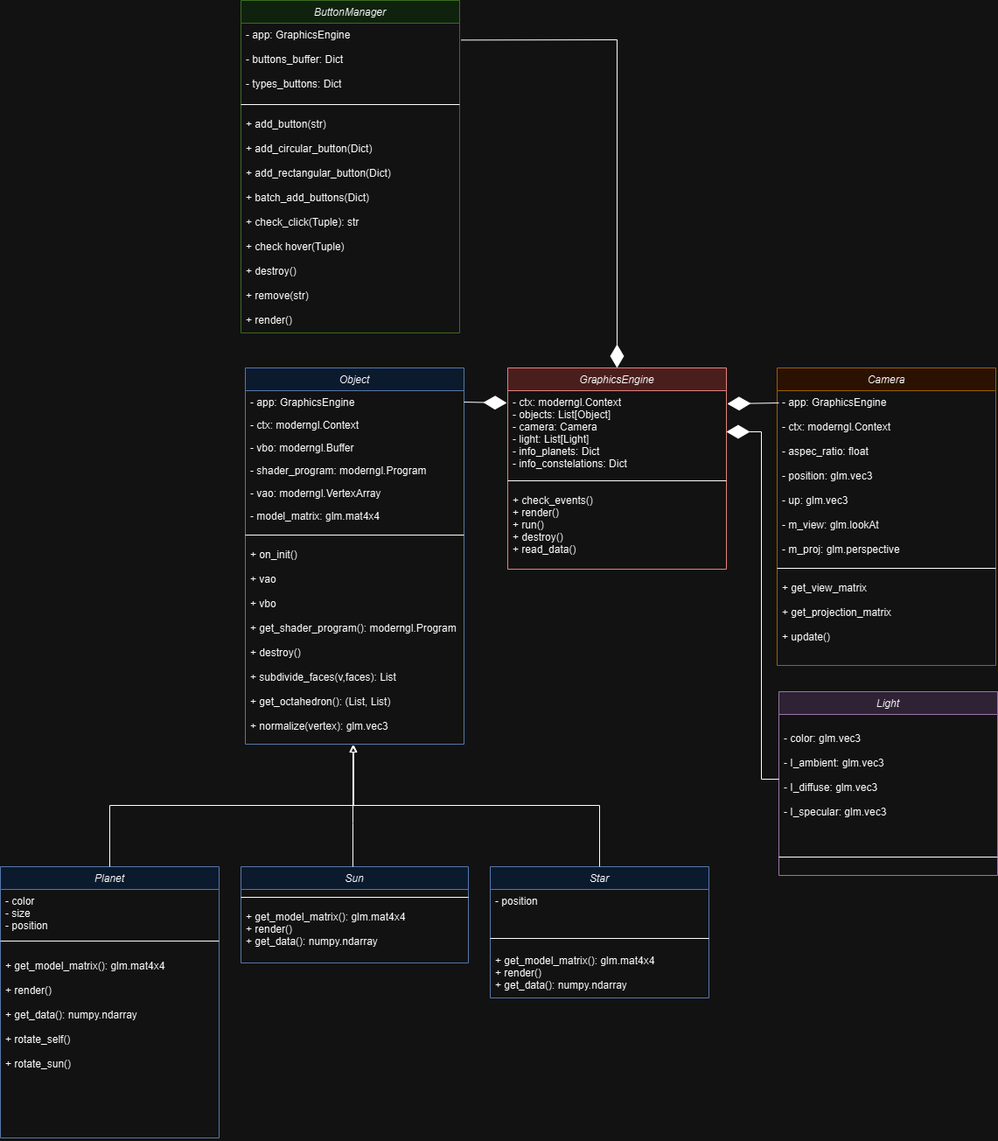
Before: disseny/Diagrama de classes.png, a diagram exported from draw.io (guillemgarcia2183/Sistema-Solar). Source tidied: cells renumbered, new cells last; positions are measured from the earlier drawing's top-left corner, leaving out a move shared by most shapes.
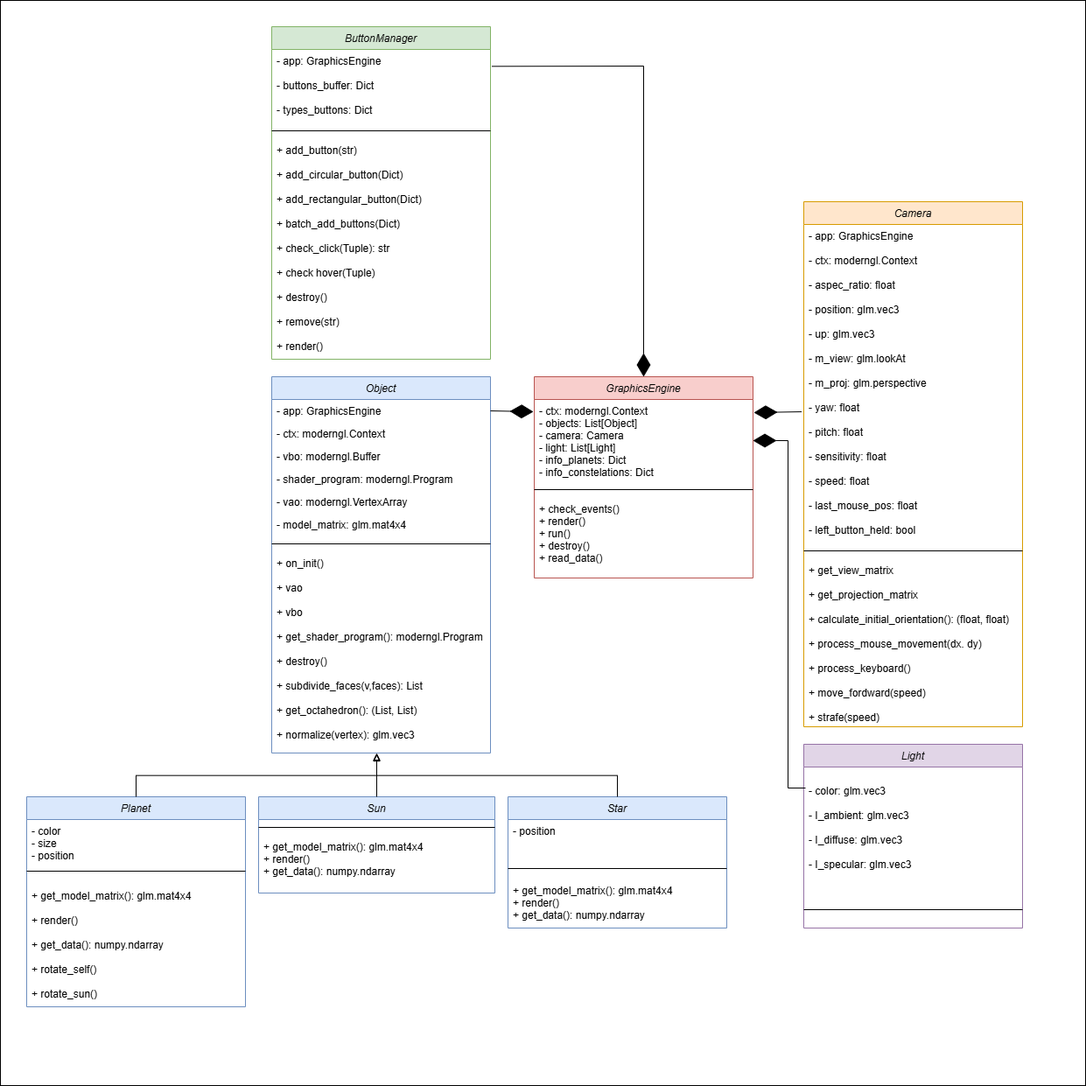
Above is the later version.

Commit message:
actualització diagrama de classes

The edit, as a diff of the source:
```diff
@@ -2,8 +2,11 @@
   <root>
     <mxCell id="0" />
     <mxCell id="1" parent="0" />
+    <mxCell id="44" style="whiteSpace=wrap;html=1;fillColor=#FFFFFF;" parent="1" vertex="1">
+      <mxGeometry x="110" y="360" width="1240" height="1240" as="geometry" />
+    </mxCell>
     <mxCell id="2" value="Object" style="swimlane;fontStyle=2;align=center;verticalAlign=top;horizontal=1;startSize=26;rounded=0;shadow=0;strokeWidth=1;fillColor=#dae8fc;strokeColor=#6c8ebf;" parent="1" vertex="1">
-      <mxGeometry x="280" y="420" width="250" height="430" as="geometry" />
+      <mxGeometry x="420" y="790" width="250" height="430" as="geometry" />
     </mxCell>
     <mxCell id="3" value="- app: GraphicsEngine" style="text;align=left;verticalAlign=top;spacingLeft=4;spacingRight=4;overflow=hidden;points=[[0,0.5],[1,0.5]];portConstraint=eastwest;" parent="2" vertex="1">
       <mxGeometry y="26" width="250" height="26" as="geometry" />
@@ -30,19 +33,19 @@
       <mxGeometry y="200" width="250" height="230" as="geometry" />
     </mxCell>
     <mxCell id="11" value="Camera" style="swimlane;fontStyle=2;align=center;verticalAlign=top;horizontal=1;startSize=26;rounded=0;shadow=0;strokeWidth=1;fillColor=#ffe6cc;strokeColor=#d79b00;" parent="1" vertex="1">
-      <mxGeometry x="888" y="420" width="250" height="340" as="geometry" />
+      <mxGeometry x="1028" y="590" width="250" height="600" as="geometry" />
     </mxCell>
-    <mxCell id="12" value="- app: GraphicsEngine&#10;&#10;- ctx: moderngl.Context&#10;&#10;- aspec_ratio: float&#10;&#10;- position: glm.vec3&#10;&#10;- up: glm.vec3&#10;&#10;- m_view: glm.lookAt&#10;&#10;- m_proj: glm.perspective" style="text;align=left;verticalAlign=top;spacingLeft=4;spacingRight=4;overflow=hidden;points=[[0,0.5],[1,0.5]];portConstraint=eastwest;" parent="11" vertex="1">
-      <mxGeometry y="26" width="250" height="194" as="geometry" />
+    <mxCell id="12" value="- app: GraphicsEngine&#10;&#10;- ctx: moderngl.Context&#10;&#10;- aspec_ratio: float&#10;&#10;- position: glm.vec3&#10;&#10;- up: glm.vec3&#10;&#10;- m_view: glm.lookAt&#10;&#10;- m_proj: glm.perspective&#10;&#10;- yaw: float&#10;&#10;- pitch: float&#10;&#10;- sensitivity: float&#10;&#10;- speed: float&#10;&#10;- last_mouse_pos: float&#10;&#10;- left_button_held: bool&#10;&#10;" style="text;align=left;verticalAlign=top;spacingLeft=4;spacingRight=4;overflow=hidden;points=[[0,0.5],[1,0.5]];portConstraint=eastwest;" parent="11" vertex="1">
+      <mxGeometry y="26" width="250" height="364" as="geometry" />
     </mxCell>
     <mxCell id="13" style="line;html=1;strokeWidth=1;align=left;verticalAlign=middle;spacingTop=-1;spacingLeft=3;spacingRight=3;labelPosition=right;" parent="11" vertex="1">
-      <mxGeometry y="220" width="250" height="18" as="geometry" />
+      <mxGeometry y="390" width="250" height="18" as="geometry" />
     </mxCell>
-    <mxCell id="14" value="+ get_view_matrix&#10;&#10;+ get_projection_matrix&#10;&#10;+ update()" style="text;align=left;verticalAlign=top;spacingLeft=4;spacingRight=4;overflow=hidden;" parent="11" vertex="1">
-      <mxGeometry y="238" width="250" height="80" as="geometry" />
+    <mxCell id="14" value="+ get_view_matrix&#10;&#10;+ get_projection_matrix&#10;&#10;+ calculate_initial_orientation(): (float, float)&#10;&#10;+ process_mouse_movement(dx. dy)&#10;&#10;+ process_keyboard()&#10;&#10;+ move_fordward(speed)&#10;&#10;+ strafe(speed)" style="text;align=left;verticalAlign=top;spacingLeft=4;spacingRight=4;overflow=hidden;" parent="11" vertex="1">
+      <mxGeometry y="408" width="250" height="192" as="geometry" />
     </mxCell>
     <mxCell id="15" value="Planet" style="swimlane;fontStyle=2;align=center;verticalAlign=top;horizontal=1;startSize=26;rounded=0;shadow=0;strokeWidth=1;fillColor=#dae8fc;strokeColor=#6c8ebf;" parent="1" vertex="1">
-      <mxGeometry y="990" width="250" height="310" as="geometry" />
+      <mxGeometry x="140" y="1270" width="250" height="240" as="geometry" />
     </mxCell>
     <mxCell id="16" value="- color&#10;- size&#10;- position" style="text;align=left;verticalAlign=top;spacingLeft=4;spacingRight=4;overflow=hidden;" parent="15" vertex="1">
       <mxGeometry y="26" width="250" height="44" as="geometry" />
@@ -51,10 +54,10 @@
       <mxGeometry y="70" width="250" height="30" as="geometry" />
     </mxCell>
     <mxCell id="18" value="+ get_model_matrix(): glm.mat4x4&#10;&#10;+ render()&#10;&#10;+ get_data(): numpy.ndarray&#10;&#10;+ rotate_self()&#10;&#10;+ rotate_sun()&#10;" style="text;align=left;verticalAlign=top;spacingLeft=4;spacingRight=4;overflow=hidden;" parent="15" vertex="1">
-      <mxGeometry y="100" width="250" height="210" as="geometry" />
+      <mxGeometry y="100" width="250" height="140" as="geometry" />
     </mxCell>
     <mxCell id="19" value="Star" style="swimlane;fontStyle=2;align=center;verticalAlign=top;horizontal=1;startSize=26;rounded=0;shadow=0;strokeWidth=1;fillColor=#dae8fc;strokeColor=#6c8ebf;" parent="1" vertex="1">
-      <mxGeometry x="560" y="990" width="250" height="150" as="geometry" />
+      <mxGeometry x="690" y="1270" width="250" height="150" as="geometry" />
     </mxCell>
     <mxCell id="20" value="- position" style="text;align=left;verticalAlign=top;spacingLeft=4;spacingRight=4;overflow=hidden;" parent="19" vertex="1">
       <mxGeometry y="26" width="250" height="44" as="geometry" />
@@ -65,14 +68,18 @@
     <mxCell id="22" value="+ get_model_matrix(): glm.mat4x4&#10;+ render()&#10;+ get_data(): numpy.ndarray&#10;&#10;" style="text;align=left;verticalAlign=top;spacingLeft=4;spacingRight=4;overflow=hidden;" parent="19" vertex="1">
       <mxGeometry y="94" width="250" height="56" as="geometry" />
     </mxCell>
-    <mxCell id="23" style="endArrow=block;html=1;endFill=0;edgeStyle=elbowEdgeStyle;elbow=vertical;rounded=0;exitX=0.5;exitY=0;exitDx=0;exitDy=0;entryX=0.496;entryY=1.004;entryDx=0;entryDy=0;entryPerimeter=0;" parent="1" edge="1" source="15" target="10">
-      <mxGeometry relative="1" as="geometry" />
+    <mxCell id="23" style="endArrow=block;html=1;endFill=0;edgeStyle=elbowEdgeStyle;elbow=vertical;rounded=0;exitX=0.5;exitY=0;exitDx=0;exitDy=0;" parent="1" edge="1" source="15">
+      <mxGeometry relative="1" as="geometry">
+        <mxPoint x="540" y="1221" as="targetPoint" />
+      </mxGeometry>
     </mxCell>
-    <mxCell id="24" style="endArrow=block;html=1;endFill=0;edgeStyle=elbowEdgeStyle;elbow=vertical;rounded=0;exitX=0.5;exitY=0;exitDx=0;exitDy=0;entryX=0.492;entryY=1.004;entryDx=0;entryDy=0;entryPerimeter=0;" parent="1" edge="1" source="19" target="10">
-      <mxGeometry relative="1" as="geometry" />
+    <mxCell id="24" style="endArrow=block;html=1;endFill=0;edgeStyle=elbowEdgeStyle;elbow=vertical;rounded=0;exitX=0.5;exitY=0;exitDx=0;exitDy=0;" parent="1" edge="1" source="19">
+      <mxGeometry relative="1" as="geometry">
+        <mxPoint x="540" y="1221" as="targetPoint" />
+      </mxGeometry>
     </mxCell>
     <mxCell id="25" value="GraphicsEngine" style="swimlane;fontStyle=2;align=center;verticalAlign=top;horizontal=1;startSize=26;rounded=0;shadow=0;strokeWidth=1;fillColor=#f8cecc;strokeColor=#b85450;" parent="1" vertex="1">
-      <mxGeometry x="580" y="420" width="250" height="230" as="geometry" />
+      <mxGeometry x="720" y="790" width="250" height="230" as="geometry" />
     </mxCell>
     <mxCell id="26" value="- ctx: moderngl.Context&#10;- objects: List[Object]&#10;- camera: Camera&#10;- light: List[Light]&#10;- info_planets: Dict&#10;- info_constelations: Dict" style="text;align=left;verticalAlign=top;spacingLeft=4;spacingRight=4;overflow=hidden;points=[[0,0.5],[1,0.5]];portConstraint=eastwest;rounded=0;shadow=0;html=0;" parent="25" vertex="1">
       <mxGeometry y="26" width="250" height="94" as="geometry" />
@@ -85,17 +92,16 @@
     </mxCell>
     <mxCell id="29" style="endArrow=diamondThin;endFill=1;endSize=24;html=1;rounded=0;exitX=1;exitY=0.5;exitDx=0;exitDy=0;" parent="1" edge="1" source="3">
       <mxGeometry relative="1" as="geometry">
-        <mxPoint x="579" y="460" as="targetPoint" />
+        <mxPoint x="719" y="830" as="targetPoint" />
       </mxGeometry>
     </mxCell>
-    <mxCell id="30" style="endArrow=diamondThin;endFill=1;endSize=24;html=1;rounded=0;entryX=1;entryY=0.5;entryDx=0;entryDy=0;exitX=-0.005;exitY=0.282;exitDx=0;exitDy=0;exitPerimeter=0;" parent="1" edge="1">
+    <mxCell id="30" style="endArrow=diamondThin;endFill=1;endSize=24;html=1;rounded=0;entryX=1;entryY=0.5;entryDx=0;entryDy=0;exitX=-0.01;exitY=0.588;exitDx=0;exitDy=0;exitPerimeter=0;" parent="1" edge="1" source="12">
       <mxGeometry relative="1" as="geometry">
-        <mxPoint x="890" y="460" as="sourcePoint" />
-        <mxPoint x="831" y="461" as="targetPoint" />
+        <mxPoint x="971" y="831" as="targetPoint" />
       </mxGeometry>
     </mxCell>
     <mxCell id="31" value="Light" style="swimlane;fontStyle=2;align=center;verticalAlign=top;horizontal=1;startSize=26;rounded=0;shadow=0;strokeWidth=1;fillColor=#e1d5e7;strokeColor=#9673a6;" parent="1" vertex="1">
-      <mxGeometry x="890" y="790" width="250" height="210" as="geometry" />
+      <mxGeometry x="1028" y="1210" width="250" height="210" as="geometry" />
     </mxCell>
     <mxCell id="32" value="&#10;- color: glm.vec3&#10;&#10;- I_ambient: glm.vec3 &#10;&#10;- I_diffuse: glm.vec3&#10;&#10;- I_specular: glm.vec3&#10;&#10;" style="text;align=left;verticalAlign=top;spacingLeft=4;spacingRight=4;overflow=hidden;" parent="31" vertex="1">
       <mxGeometry y="26" width="250" height="154" as="geometry" />
@@ -105,32 +111,24 @@
     </mxCell>
     <mxCell id="34" style="endArrow=diamondThin;endFill=1;endSize=24;html=1;rounded=0;entryX=1;entryY=0.5;entryDx=0;entryDy=0;" parent="1" edge="1" target="26">
       <mxGeometry relative="1" as="geometry">
-        <mxPoint x="890" y="890" as="sourcePoint" />
+        <mxPoint x="1030" y="1260" as="sourcePoint" />
         <Array as="points">
-          <mxPoint x="870" y="890" />
-          <mxPoint x="870" y="493" />
+          <mxPoint x="1010" y="1260" />
+          <mxPoint x="1010" y="863" />
         </Array>
       </mxGeometry>
     </mxCell>
     <mxCell id="35" value="Sun" style="swimlane;fontStyle=2;align=center;verticalAlign=top;horizontal=1;startSize=26;rounded=0;shadow=0;strokeWidth=1;fillColor=#dae8fc;strokeColor=#6c8ebf;" parent="1" vertex="1">
-      <mxGeometry x="275" y="990" width="260" height="110" as="geometry" />
+      <mxGeometry x="405" y="1270" width="270" height="110" as="geometry" />
     </mxCell>
     <mxCell id="36" style="line;html=1;strokeWidth=1;align=left;verticalAlign=middle;spacingTop=-1;spacingLeft=3;spacingRight=3;labelPosition=right;" parent="35" vertex="1">
-      <mxGeometry y="26" width="260" height="18" as="geometry" />
+      <mxGeometry y="26" width="270" height="18" as="geometry" />
     </mxCell>
     <mxCell id="37" value="+ get_model_matrix(): glm.mat4x4&#10;+ render()&#10;+ get_data(): numpy.ndarray&#10;&#10;" style="text;align=left;verticalAlign=top;spacingLeft=4;spacingRight=4;overflow=hidden;" parent="35" vertex="1">
-      <mxGeometry y="44" width="260" height="56" as="geometry" />
+      <mxGeometry y="44" width="270" height="56" as="geometry" />
     </mxCell>
-    <mxCell id="38" style="endArrow=block;html=1;endFill=0;edgeStyle=elbowEdgeStyle;elbow=vertical;rounded=0;entryX=0.492;entryY=1.004;entryDx=0;entryDy=0;entryPerimeter=0;" parent="1" edge="1" target="10">
-      <mxGeometry relative="1" as="geometry">
-        <mxPoint x="403" y="990" as="sourcePoint" />
-        <Array as="points">
-          <mxPoint x="400" y="940" />
-        </Array>
-      </mxGeometry>
-    </mxCell>
     <mxCell id="39" value="ButtonManager" style="swimlane;fontStyle=2;align=center;verticalAlign=top;horizontal=1;startSize=26;rounded=0;shadow=0;strokeWidth=1;fillColor=#d5e8d4;strokeColor=#82b366;" parent="1" vertex="1">
-      <mxGeometry x="275" width="250" height="380" as="geometry" />
+      <mxGeometry x="420" y="390" width="250" height="380" as="geometry" />
     </mxCell>
     <mxCell id="40" value="- app: GraphicsEngine&#10;&#10;- buttons_buffer: Dict&#10;&#10;- types_buttons: Dict&#10;&#10;" style="text;align=left;verticalAlign=top;spacingLeft=4;spacingRight=4;overflow=hidden;points=[[0,0.5],[1,0.5]];portConstraint=eastwest;" parent="39" vertex="1">
       <mxGeometry y="26" width="250" height="84" as="geometry" />
@@ -144,9 +142,14 @@
     <mxCell id="43" style="endArrow=diamondThin;endFill=1;endSize=24;html=1;rounded=0;exitX=1.007;exitY=0.23;exitDx=0;exitDy=0;entryX=0.5;entryY=0;entryDx=0;entryDy=0;exitPerimeter=0;" parent="1" edge="1" source="40" target="25">
       <mxGeometry relative="1" as="geometry">
         <Array as="points">
-          <mxPoint x="705" y="45" />
+          <mxPoint x="845" y="435" />
         </Array>
       </mxGeometry>
     </mxCell>
+    <mxCell id="45" style="endArrow=block;html=1;endFill=0;edgeStyle=elbowEdgeStyle;elbow=vertical;rounded=0;exitX=0.5;exitY=0;exitDx=0;exitDy=0;" parent="1" edge="1" source="35">
+      <mxGeometry relative="1" as="geometry">
+        <mxPoint x="540" y="1220" as="targetPoint" />
+      </mxGeometry>
+    </mxCell>
   </root>
 </mxGraphModel>
```
